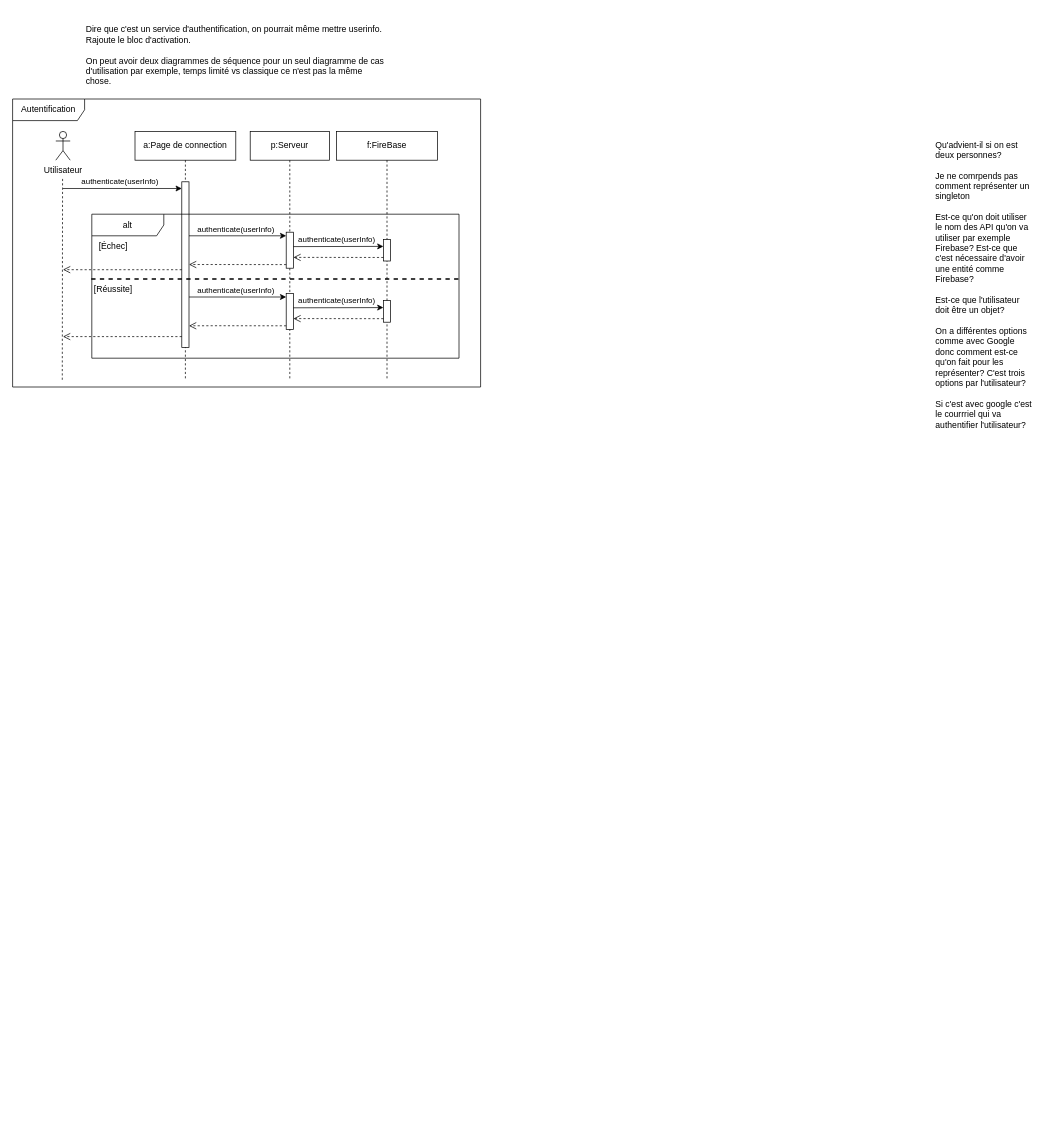
The draw.io diagram page "Diagrammes de séquences" (2 of 2) of doc/diagramme-cas-utilisation.drawio in margielamob/Cherches-Trouves-Gagnes, before the edit. Source tidied: cells renumbered, new cells numbered last; positions are measured from the earlier drawing's top-left corner, leaving out a move shared by most shapes. Both pictures are drawn from the tidied source at 72%, with x=0, y=0 at pixel (12, 12).
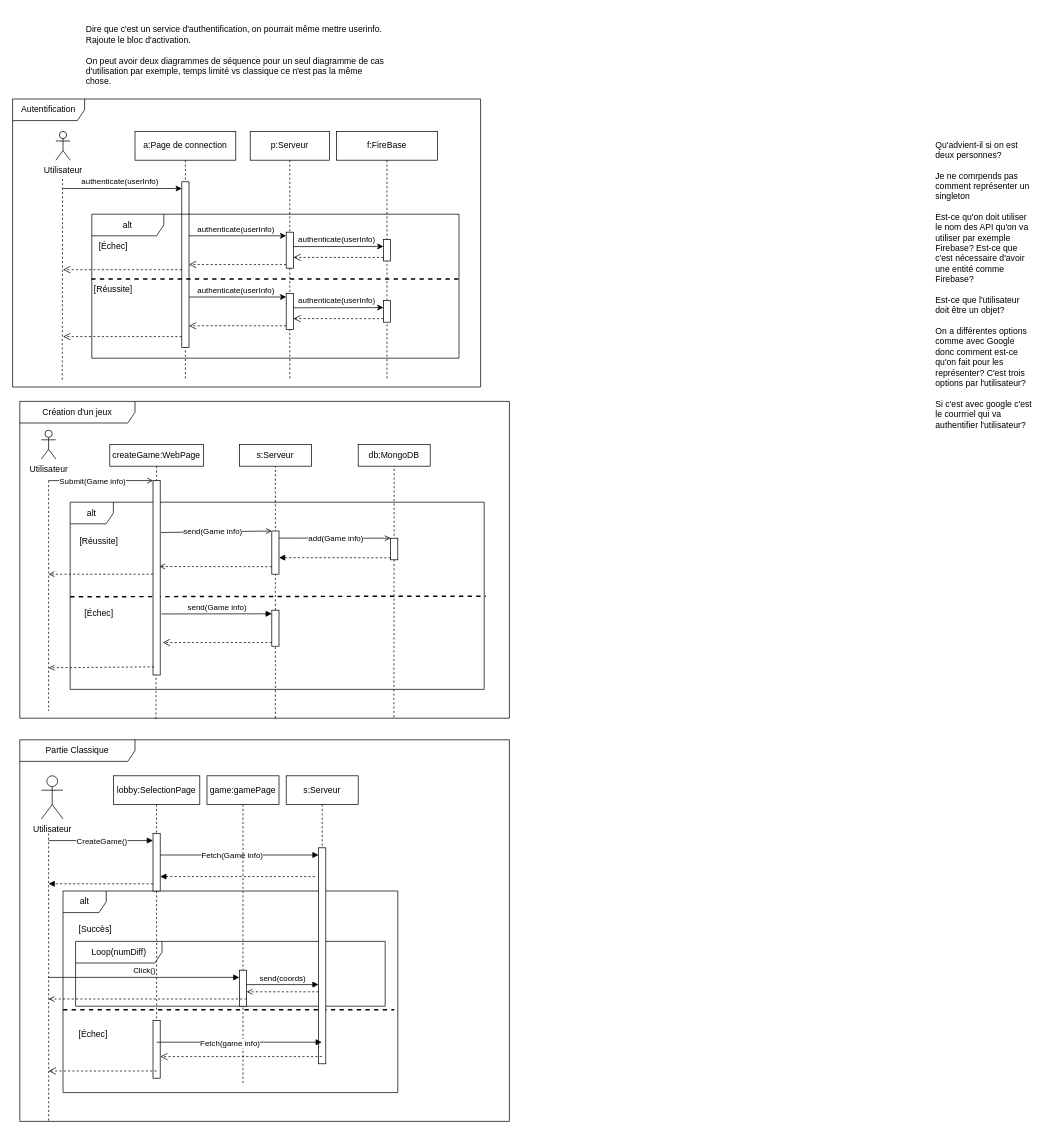
After the change.

Change to the diagram source:
```diff
@@
+    <mxCell id="35" value="[Échec]" style="text;html=1;strokeColor=none;fillColor=none;align=center;verticalAlign=middle;whiteSpace=wrap;rounded=0;" parent="1" vertex="1">
+      <mxGeometry x="90" y="820" width="60" height="30" as="geometry" />
+    </mxCell>
+    <mxCell id="36" value="Création d'un jeux" style="shape=umlFrame;whiteSpace=wrap;html=1;width=160;fillColor=none;" parent="1" vertex="1">
+      <mxGeometry x="10" y="540" width="680" height="440" as="geometry" />
+    </mxCell>
+    <mxCell id="37" style="html=1;verticalAlign=bottom;startArrow=none;endArrow=none;dashed=1;rounded=0;exitX=0.764;exitY=0.997;exitDx=0;exitDy=0;exitPerimeter=0;" parent="1" edge="1" source="36" target="49">
+      <mxGeometry relative="1" as="geometry" />
+    </mxCell>
+    <mxCell id="38" value="Utilisateur" style="shape=umlActor;verticalLabelPosition=bottom;verticalAlign=top;html=1;" parent="1" vertex="1">
+      <mxGeometry x="40" y="580" width="20" height="40" as="geometry" />
+    </mxCell>
+    <mxCell id="39" style="endArrow=none;dashed=1;html=1;rounded=0;" parent="1" edge="1">
+      <mxGeometry relative="1" as="geometry">
+        <mxPoint x="50" y="650" as="sourcePoint" />
+        <mxPoint x="50" y="970" as="targetPoint" />
+      </mxGeometry>
+    </mxCell>
+    <mxCell id="40" style="html=1;verticalAlign=bottom;startArrow=none;endArrow=open;endFill=0;rounded=0;entryX=0;entryY=0;entryDx=0;entryDy=0;exitX=1.119;exitY=0.267;exitDx=0;exitDy=0;exitPerimeter=0;" parent="1" edge="1" source="60" target="45">
+      <mxGeometry relative="1" as="geometry" />
+    </mxCell>
+    <mxCell id="41" value="send(Game info)" style="edgeLabel;html=1;align=center;verticalAlign=middle;" parent="40" vertex="1">
+      <mxGeometry x="-0.08" y="1" relative="1" as="geometry" />
+    </mxCell>
+    <mxCell id="42" style="html=1;verticalAlign=bottom;startArrow=none;endArrow=open;endFill=0;rounded=0;entryX=0;entryY=0;entryDx=0;entryDy=0;exitX=1.034;exitY=0.164;exitDx=0;exitDy=0;exitPerimeter=0;" parent="1" edge="1" source="45" target="51">
+      <mxGeometry relative="1" as="geometry" />
+    </mxCell>
+    <mxCell id="43" value="add(Game info)" style="edgeLabel;html=1;align=center;verticalAlign=middle;" parent="42" vertex="1">
+      <mxGeometry x="0.01" y="-1" relative="1" as="geometry" />
+    </mxCell>
+    <mxCell id="44" style="html=1;verticalAlign=bottom;startArrow=none;endArrow=none;dashed=1;rounded=0;" parent="1" edge="1" target="46">
+      <mxGeometry relative="1" as="geometry">
+        <mxPoint x="365" y="980" as="sourcePoint" />
+      </mxGeometry>
+    </mxCell>
+    <mxCell id="45" style="rounded=0;dashed=0;" parent="1" vertex="1">
+      <mxGeometry x="360" y="720" width="10" height="60" as="geometry" />
+    </mxCell>
+    <mxCell id="46" value="s:Serveur" style="rounded=0;dashed=0;whiteSpace=wrap;html=1;" parent="1" vertex="1">
+      <mxGeometry x="315" y="600" width="100" height="30" as="geometry" />
+    </mxCell>
+    <mxCell id="47" value="alt" style="shape=umlFrame;whiteSpace=wrap;html=1;" parent="1" vertex="1">
+      <mxGeometry x="80" y="680" width="575" height="260" as="geometry" />
+    </mxCell>
+    <mxCell id="48" style="html=1;verticalAlign=bottom;labelBackgroundColor=none;endArrow=block;endFill=1;dashed=1;rounded=0;exitX=0.02;exitY=0.908;exitDx=0;exitDy=0;exitPerimeter=0;" parent="1" edge="1" source="51">
+      <mxGeometry relative="1" as="geometry">
+        <mxPoint x="370" y="757" as="targetPoint" />
+      </mxGeometry>
+    </mxCell>
+    <mxCell id="49" value="db:MongoDB" style="rounded=0;dashed=0;whiteSpace=wrap;html=1;" parent="1" vertex="1">
+      <mxGeometry x="480" y="600" width="100" height="30" as="geometry" />
+    </mxCell>
+    <mxCell id="50" style="html=1;verticalAlign=bottom;startArrow=none;endArrow=none;dashed=1;rounded=0;" parent="1" edge="1" target="51">
+      <mxGeometry relative="1" as="geometry">
+        <mxPoint x="530" y="740" as="sourcePoint" />
+      </mxGeometry>
+    </mxCell>
+    <mxCell id="51" style="rounded=0;dashed=0;" parent="1" vertex="1">
+      <mxGeometry x="525" y="730" width="10" height="30" as="geometry" />
+    </mxCell>
+    <mxCell id="52" value="createGame:WebPage" style="rounded=0;dashed=0;whiteSpace=wrap;html=1;" parent="1" vertex="1">
+      <mxGeometry x="135" y="600" width="130" height="30" as="geometry" />
+    </mxCell>
+    <mxCell id="53" style="html=1;verticalAlign=bottom;startArrow=none;endArrow=none;dashed=1;rounded=0;exitX=0.278;exitY=1.002;exitDx=0;exitDy=0;exitPerimeter=0;" parent="1" edge="1" source="36" target="52">
+      <mxGeometry relative="1" as="geometry">
+        <Array as="points">
+          <mxPoint x="200" y="640" />
+        </Array>
+      </mxGeometry>
+    </mxCell>
+    <mxCell id="54" style="html=1;verticalAlign=bottom;startArrow=none;endArrow=open;endFill=0;rounded=0;" parent="1" edge="1">
+      <mxGeometry relative="1" as="geometry">
+        <mxPoint x="50" y="650" as="sourcePoint" />
+        <mxPoint x="195" y="650" as="targetPoint" />
+      </mxGeometry>
+    </mxCell>
+    <mxCell id="55" value="Submit(Game info)" style="edgeLabel;html=1;align=center;verticalAlign=middle;" parent="54" vertex="1">
+      <mxGeometry x="-0.23" relative="1" as="geometry">
+        <mxPoint x="4" as="offset" />
+      </mxGeometry>
+    </mxCell>
+    <mxCell id="56" value="[Réussite]" style="text;html=1;strokeColor=none;fillColor=none;align=center;verticalAlign=middle;whiteSpace=wrap;rounded=0;" parent="1" vertex="1">
+      <mxGeometry x="90" y="720" width="60" height="30" as="geometry" />
+    </mxCell>
+    <mxCell id="57" style="html=1;verticalAlign=bottom;labelBackgroundColor=none;endArrow=open;endFill=0;dashed=1;rounded=0;exitX=-0.01;exitY=0.826;exitDx=0;exitDy=0;exitPerimeter=0;entryX=0.89;entryY=0.442;entryDx=0;entryDy=0;entryPerimeter=0;" parent="1" edge="1" source="45" target="60">
+      <mxGeometry relative="1" as="geometry" />
+    </mxCell>
+    <mxCell id="58" style="html=1;verticalAlign=bottom;labelBackgroundColor=none;endArrow=open;endFill=0;dashed=1;rounded=0;exitX=0;exitY=1;exitDx=0;exitDy=0;" parent="1" edge="1">
+      <mxGeometry relative="1" as="geometry">
+        <mxPoint x="195" y="780" as="sourcePoint" />
+        <mxPoint x="50" y="780" as="targetPoint" />
+      </mxGeometry>
+    </mxCell>
+    <mxCell id="59" style="endArrow=none;dashed=1;html=1;rounded=0;exitX=0;exitY=0.505;exitDx=0;exitDy=0;exitPerimeter=0;entryX=1.004;entryY=0.502;entryDx=0;entryDy=0;entryPerimeter=0;strokeWidth=2;" parent="1" edge="1" source="47" target="47">
+      <mxGeometry relative="1" as="geometry" />
+    </mxCell>
+    <mxCell id="60" style="rounded=0;dashed=0;" parent="1" vertex="1">
+      <mxGeometry x="195" y="650" width="10" height="270" as="geometry" />
+    </mxCell>
+    <mxCell id="61" style="html=1;points=[[0,0,0,0,5],[0,1,0,0,-5],[1,0,0,0,5],[1,1,0,0,-5]];perimeter=orthogonalPerimeter;outlineConnect=0;targetShapes=umlLifeline;portConstraint=eastwest;newEdgeStyle={&quot;curved&quot;:0,&quot;rounded&quot;:0};" parent="1" vertex="1">
+      <mxGeometry x="360" y="830" width="10" height="50" as="geometry" />
+    </mxCell>
+    <mxCell id="62" value="send(Game info)" style="html=1;verticalAlign=bottom;endArrow=block;curved=0;rounded=0;entryX=0;entryY=0;entryDx=0;entryDy=5;exitX=1.167;exitY=0.686;exitDx=0;exitDy=0;exitPerimeter=0;" parent="1" edge="1" source="60" target="61">
+      <mxGeometry relative="1" as="geometry" />
+    </mxCell>
+    <mxCell id="63" style="html=1;verticalAlign=bottom;endArrow=open;dashed=1;endSize=8;curved=0;rounded=0;entryX=1.343;entryY=0.833;entryDx=0;entryDy=0;entryPerimeter=0;" parent="1" edge="1" source="61" target="60">
+      <mxGeometry relative="1" as="geometry" />
+    </mxCell>
+    <mxCell id="64" style="html=1;verticalAlign=bottom;labelBackgroundColor=none;endArrow=open;endFill=0;dashed=1;rounded=0;exitX=0.143;exitY=0.958;exitDx=0;exitDy=0;exitPerimeter=0;" parent="1" edge="1" source="60">
+      <mxGeometry relative="1" as="geometry">
+        <mxPoint x="50" y="910" as="targetPoint" />
+      </mxGeometry>
+    </mxCell>
+    <mxCell id="65" style="html=1;verticalAlign=bottom;labelBackgroundColor=none;endArrow=block;endFill=1;rounded=0;" parent="1" edge="1" target="76">
+      <mxGeometry relative="1" as="geometry">
+        <mxPoint x="50" y="1150" as="sourcePoint" />
+      </mxGeometry>
+    </mxCell>
+    <mxCell id="66" value="CreateGame()" style="edgeLabel;html=1;align=center;verticalAlign=middle;" parent="65" vertex="1">
+      <mxGeometry x="0.23" relative="1" as="geometry">
+        <mxPoint x="-16" as="offset" />
+      </mxGeometry>
+    </mxCell>
+    <mxCell id="67" style="html=1;verticalAlign=bottom;labelBackgroundColor=none;endArrow=block;endFill=1;dashed=1;rounded=0;" parent="1" edge="1" source="76">
+      <mxGeometry relative="1" as="geometry">
+        <mxPoint x="50" y="1210" as="targetPoint" />
+      </mxGeometry>
+    </mxCell>
+    <mxCell id="68" value="Partie Classique" style="shape=umlFrame;whiteSpace=wrap;html=1;width=160;" parent="1" vertex="1">
+      <mxGeometry x="10" y="1010" width="680" height="530" as="geometry" />
+    </mxCell>
+    <mxCell id="69" value="alt" style="shape=umlFrame;whiteSpace=wrap;html=1;width=60;height=30;" parent="68" vertex="1">
+      <mxGeometry x="60" y="210" width="465" height="280" as="geometry" />
+    </mxCell>
+    <mxCell id="70" value="[Succès]" style="text;html=1;" parent="69" vertex="1">
+      <mxGeometry width="100" height="20" relative="1" as="geometry">
+        <mxPoint x="20" y="40" as="offset" />
+      </mxGeometry>
+    </mxCell>
+    <mxCell id="71" value="[Échec]" style="line;strokeWidth=2;dashed=1;labelPosition=center;verticalLabelPosition=bottom;align=left;verticalAlign=top;spacingLeft=20;spacingTop=15;html=1;whiteSpace=wrap;" parent="69" vertex="1">
+      <mxGeometry y="160" width="460" height="10" as="geometry" />
+    </mxCell>
+    <mxCell id="72" value="Loop(numDiff)" style="shape=umlFrame;whiteSpace=wrap;html=1;width=120;height=30;" parent="69" vertex="1">
+      <mxGeometry x="17.5" y="70" width="430" height="90" as="geometry" />
+    </mxCell>
+    <mxCell id="73" value="Utilisateur" style="shape=umlActor;verticalLabelPosition=bottom;verticalAlign=top;html=1;" parent="68" vertex="1">
+      <mxGeometry x="30" y="50" width="30" height="60" as="geometry" />
+    </mxCell>
+    <mxCell id="74" style="endArrow=none;dashed=1;html=1;rounded=0;entryX=0.059;entryY=1;entryDx=0;entryDy=0;entryPerimeter=0;" parent="68" edge="1" target="68">
+      <mxGeometry relative="1" as="geometry">
+        <mxPoint x="40" y="130" as="sourcePoint" />
+      </mxGeometry>
+    </mxCell>
+    <mxCell id="75" value="lobby:SelectionPage" style="shape=umlLifeline;perimeter=lifelinePerimeter;whiteSpace=wrap;html=1;newEdgeStyle={&quot;edgeStyle&quot;:&quot;elbowEdgeStyle&quot;,&quot;elbow&quot;:&quot;vertical&quot;,&quot;curved&quot;:0,&quot;rounded&quot;:0};" parent="68" vertex="1">
+      <mxGeometry x="130" y="50" width="120" height="420" as="geometry" />
+    </mxCell>
+    <mxCell id="76" style="html=1;points=[[0,0,0,0,5],[0,1,0,0,-5],[1,0,0,0,5],[1,1,0,0,-5]];perimeter=orthogonalPerimeter;outlineConnect=0;targetShapes=umlLifeline;portConstraint=eastwest;newEdgeStyle={&quot;curved&quot;:0,&quot;rounded&quot;:0};" parent="75" vertex="1">
+      <mxGeometry x="55" y="80" width="10" height="80" as="geometry" />
+    </mxCell>
+    <mxCell id="77" style="html=1;points=[[0,0,0,0,5],[0,1,0,0,-5],[1,0,0,0,5],[1,1,0,0,-5]];perimeter=orthogonalPerimeter;outlineConnect=0;targetShapes=umlLifeline;portConstraint=eastwest;newEdgeStyle={&quot;curved&quot;:0,&quot;rounded&quot;:0};" parent="75" vertex="1">
+      <mxGeometry x="55" y="340" width="10" height="80" as="geometry" />
+    </mxCell>
+    <mxCell id="78" value="s:Serveur" style="shape=umlLifeline;perimeter=lifelinePerimeter;whiteSpace=wrap;html=1;outlineConnect=0;portConstraint=eastwest;newEdgeStyle={&quot;edgeStyle&quot;:&quot;elbowEdgeStyle&quot;,&quot;elbow&quot;:&quot;vertical&quot;,&quot;curved&quot;:0,&quot;rounded&quot;:0};" parent="68" vertex="1">
+      <mxGeometry x="370" y="50" width="100" height="400" as="geometry" />
+    </mxCell>
+    <mxCell id="79" style="html=1;points=[[0,0,0,0,5],[0,1,0,0,-5],[1,0,0,0,5],[1,1,0,0,-5]];perimeter=orthogonalPerimeter;outlineConnect=0;targetShapes=umlLifeline;portConstraint=eastwest;newEdgeStyle={&quot;curved&quot;:0,&quot;rounded&quot;:0};" parent="78" vertex="1">
+      <mxGeometry x="45" y="100" width="10" height="300" as="geometry" />
+    </mxCell>
+    <mxCell id="80" style="html=1;verticalAlign=bottom;labelBackgroundColor=none;endArrow=block;endFill=1;rounded=0;" parent="68" edge="1" target="79">
+      <mxGeometry relative="1" as="geometry">
+        <mxPoint x="195" y="160" as="sourcePoint" />
+      </mxGeometry>
+    </mxCell>
+    <mxCell id="81" value="Fetch(Game info)" style="edgeLabel;html=1;align=center;verticalAlign=middle;" parent="80" vertex="1">
+      <mxGeometry x="-0.1" y="1" relative="1" as="geometry" />
+    </mxCell>
+    <mxCell id="82" style="html=1;verticalAlign=bottom;labelBackgroundColor=none;endArrow=block;endFill=1;dashed=1;rounded=0;" parent="68" edge="1">
+      <mxGeometry relative="1" as="geometry">
+        <mxPoint x="410" y="190" as="sourcePoint" />
+        <mxPoint x="195" y="190" as="targetPoint" />
+      </mxGeometry>
+    </mxCell>
+    <mxCell id="83" value="game:gamePage" style="shape=umlLifeline;perimeter=lifelinePerimeter;whiteSpace=wrap;html=1;newEdgeStyle={&quot;edgeStyle&quot;:&quot;elbowEdgeStyle&quot;,&quot;elbow&quot;:&quot;vertical&quot;,&quot;curved&quot;:0,&quot;rounded&quot;:0};" parent="68" vertex="1">
+      <mxGeometry x="260" y="50" width="100" height="430" as="geometry" />
+    </mxCell>
+    <mxCell id="84" style="html=1;perimeter=orthogonalPerimeter;targetShapes=umlLifeline;newEdgeStyle={&quot;curved&quot;:0,&quot;rounded&quot;:0};" parent="83" vertex="1">
+      <mxGeometry x="45" y="270" width="10" height="50" as="geometry" />
+    </mxCell>
+    <mxCell id="85" value="send(coords)" style="html=1;verticalAlign=bottom;endArrow=block;curved=0;rounded=0;" parent="68" edge="1">
+      <mxGeometry relative="1" as="geometry">
+        <mxPoint x="315" y="340" as="sourcePoint" />
+        <mxPoint x="415" y="340" as="targetPoint" />
+      </mxGeometry>
+    </mxCell>
+    <mxCell id="86" value="Click()" style="html=1;verticalAlign=bottom;endArrow=block;curved=0;rounded=0;" parent="68" edge="1">
+      <mxGeometry relative="1" as="geometry">
+        <mxPoint x="40" y="330" as="sourcePoint" />
+        <mxPoint x="305" y="330" as="targetPoint" />
+      </mxGeometry>
+    </mxCell>
+    <mxCell id="87" style="html=1;verticalAlign=bottom;labelBackgroundColor=none;endArrow=open;endFill=0;dashed=1;rounded=0;entryX=1;entryY=1;entryDx=0;entryDy=-5;entryPerimeter=0;" parent="68" edge="1">
+      <mxGeometry relative="1" as="geometry">
+        <mxPoint x="415" y="350" as="sourcePoint" />
+        <mxPoint x="315" y="350" as="targetPoint" />
+      </mxGeometry>
+    </mxCell>
+    <mxCell id="88" style="html=1;verticalAlign=bottom;labelBackgroundColor=none;endArrow=open;endFill=0;dashed=1;rounded=0;" parent="68" edge="1">
+      <mxGeometry relative="1" as="geometry">
+        <mxPoint x="315" y="360" as="sourcePoint" />
+        <mxPoint x="40" y="360" as="targetPoint" />
+      </mxGeometry>
+    </mxCell>
+    <mxCell id="89" style="html=1;verticalAlign=bottom;endArrow=open;dashed=1;endSize=8;curved=0;rounded=0;exitX=0.5;exitY=0.875;exitDx=0;exitDy=0;exitPerimeter=0;" parent="68" edge="1" source="77">
+      <mxGeometry relative="1" as="geometry">
+        <mxPoint x="40" y="460" as="targetPoint" />
+      </mxGeometry>
+    </mxCell>
+    <mxCell id="90" style="html=1;verticalAlign=bottom;endArrow=open;dashed=1;endSize=8;curved=0;rounded=0;" parent="68" edge="1" source="78">
+      <mxGeometry x="1" y="-40" relative="1" as="geometry">
+        <mxPoint x="195" y="440" as="targetPoint" />
+      </mxGeometry>
+    </mxCell>
+    <mxCell id="91" style="html=1;verticalAlign=bottom;endArrow=block;curved=0;rounded=0;" parent="68" edge="1" target="78">
+      <mxGeometry x="-1" y="-50" relative="1" as="geometry">
+        <mxPoint x="190" y="420" as="sourcePoint" />
+        <mxPoint x="-30" y="-10" as="offset" />
+      </mxGeometry>
+    </mxCell>
+    <mxCell id="92" value="Fetch(game info)" style="edgeLabel;html=1;align=center;verticalAlign=middle;" parent="91" vertex="1">
+      <mxGeometry x="-0.12" y="-1" relative="1" as="geometry" />
+    </mxCell>
```
